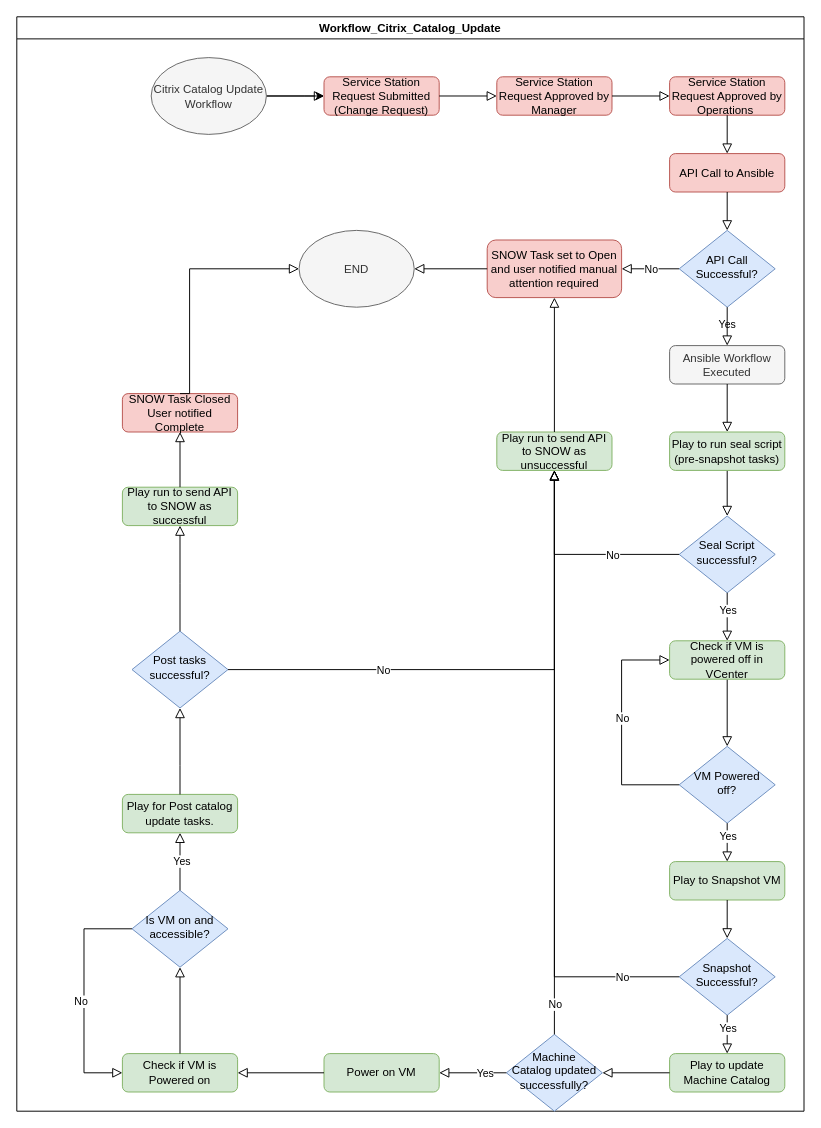
Earlier version of the draw.io diagram Workflow_Citrix_Catalog_Update.drawio (PRyanKilgore/ansible-nitro-api-calls). Source tidied: cells renumbered, new cells numbered last; positions are measured from the earlier drawing's top-left corner, leaving out a move shared by most shapes. Both pictures are drawn from the tidied source at 96%, with x=0, y=0 at pixel (16, 16).
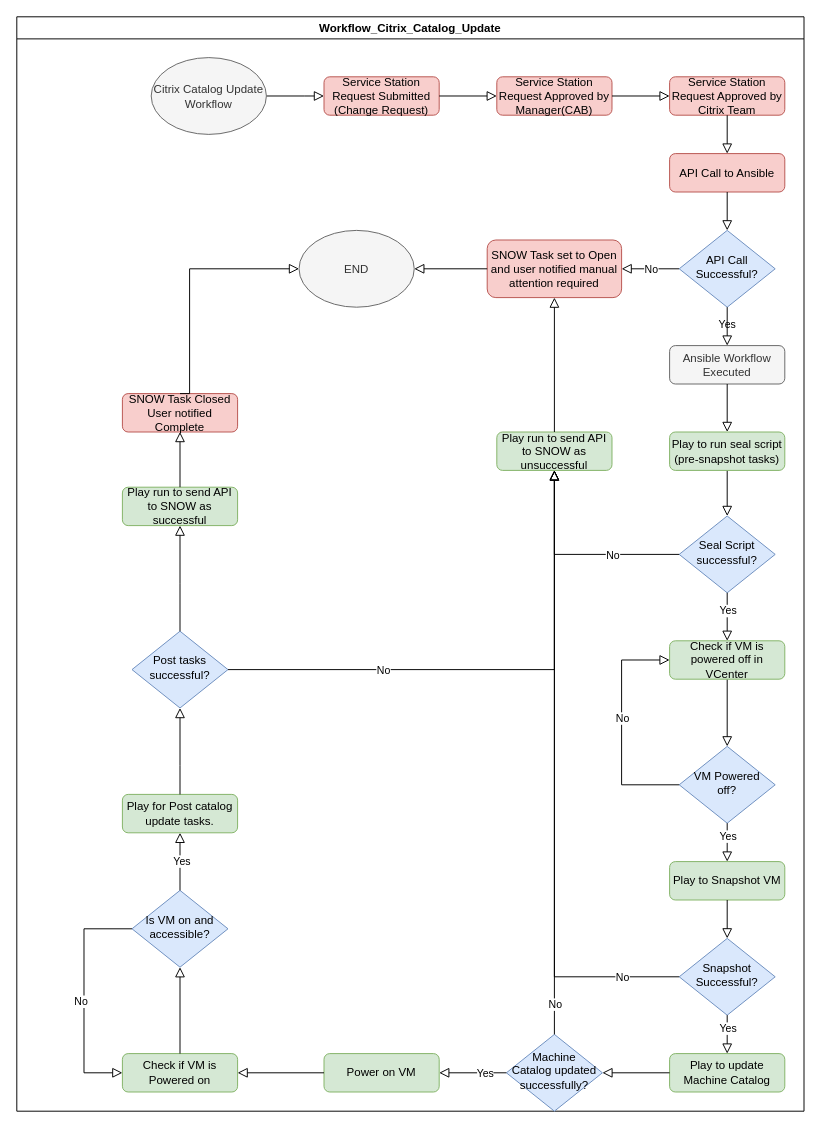
Above is the later version.

The change refers to these unchanged cells:
```xml
<mxCell id="2" value="Workflow_Citrix_Catalog_Update" style="swimlane;whiteSpace=wrap;html=1;" parent="1" vertex="1">
  <mxGeometry width="820" height="1140" as="geometry" />
</mxCell>
<mxCell id="25" value="&lt;p class=&quot;MsoNormal&quot;&gt;Service Station Request Submitted (Change Request)&lt;/p&gt;" style="rounded=1;whiteSpace=wrap;html=1;fontSize=12;glass=0;strokeWidth=1;shadow=0;fillColor=#f8cecc;strokeColor=#b85450;" parent="2" vertex="1">
  <mxGeometry x="320" y="62.5" width="120" height="40" as="geometry" />
</mxCell>
<mxCell id="55" value="Citrix Catalog Update Workflow" style="ellipse;whiteSpace=wrap;html=1;fillColor=#f5f5f5;fontColor=#333333;strokeColor=#666666;" parent="2" vertex="1">
  <mxGeometry x="140" y="42.5" width="120" height="80" as="geometry" />
</mxCell>
```

The edit, as a diff of the source:
```diff
@@
-    <mxCell id="27" value="&lt;p class=&quot;MsoNormal&quot;&gt;Service Station Request Approved by Manager&lt;/p&gt;" style="rounded=1;whiteSpace=wrap;html=1;fontSize=12;glass=0;strokeWidth=1;shadow=0;fillColor=#f8cecc;strokeColor=#b85450;" parent="2" vertex="1">
+    <mxCell id="27" value="&lt;p class=&quot;MsoNormal&quot;&gt;Service Station Request Approved by Manager(CAB)&lt;/p&gt;" style="rounded=1;whiteSpace=wrap;html=1;fontSize=12;glass=0;strokeWidth=1;shadow=0;fillColor=#f8cecc;strokeColor=#b85450;" parent="2" vertex="1">
       <mxGeometry x="500" y="62.5" width="120" height="40" as="geometry" />
     </mxCell>
@@
-    <mxCell id="29" value="&lt;p class=&quot;MsoNormal&quot;&gt;Service Station Request Approved by Operations&amp;nbsp;&lt;/p&gt;" style="rounded=1;whiteSpace=wrap;html=1;fontSize=12;glass=0;strokeWidth=1;shadow=0;fillColor=#f8cecc;strokeColor=#b85450;" parent="2" vertex="1">
+    <mxCell id="29" value="&lt;p class=&quot;MsoNormal&quot;&gt;Service Station Request Approved by Citrix Team&lt;/p&gt;" style="rounded=1;whiteSpace=wrap;html=1;fontSize=12;glass=0;strokeWidth=1;shadow=0;fillColor=#f8cecc;strokeColor=#b85450;" parent="2" vertex="1">
       <mxGeometry x="680" y="62.5" width="120" height="40" as="geometry" />
     </mxCell>
@@
-    <mxCell id="54" style="edgeStyle=orthogonalEdgeStyle;rounded=0;jettySize=auto;html=1;exitX=1;exitY=0.5;exitDx=0;exitDy=0;" parent="2" edge="1" source="55" target="25">
-      <mxGeometry relative="1" as="geometry" />
-    </mxCell>
```
